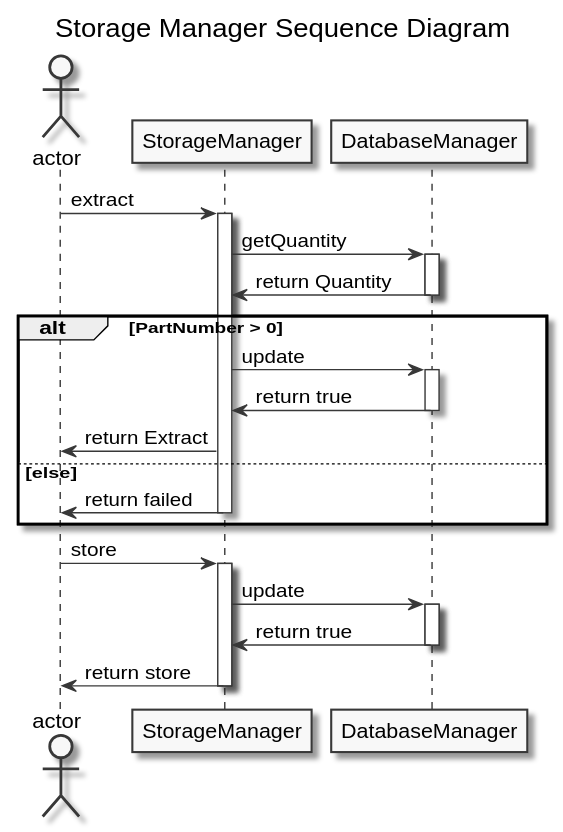
Above: docs/sequence_uml/storage_manager.svg in avrocha/plant-floor-control (PlantUML), before the change.
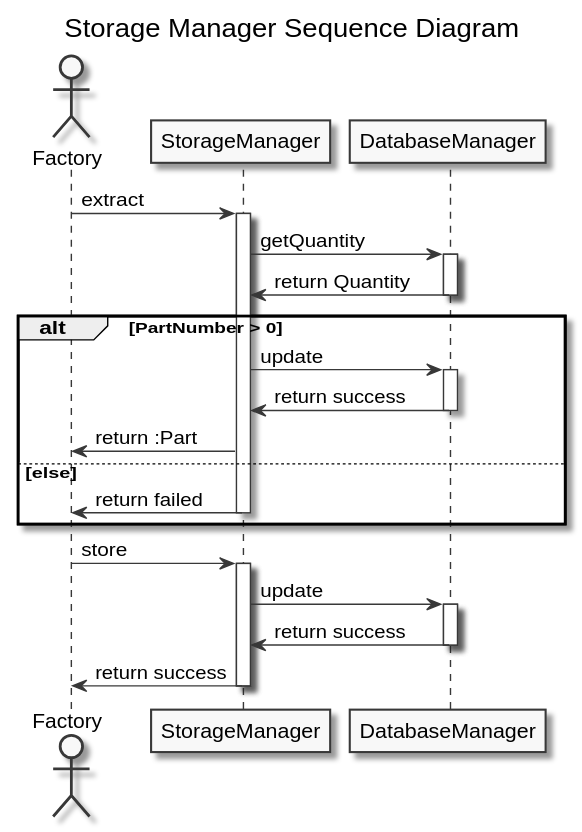
The same diagram one commit later.

Change to the diagram source:
```diff
@@ -4,9 +4,9 @@
 skinparam classAttributeIconSize 0
 
 title Storage Manager Sequence Diagram
-actor actor
+Actor Factory
 
-actor->StorageManager: extract
+Factory->StorageManager: extract
 activate StorageManager
 
 StorageManager -> DatabaseManager: getQuantity
@@ -17,28 +17,28 @@
 alt PartNumber > 0
 StorageManager -> DatabaseManager: update
 activate DatabaseManager
-DatabaseManager -> StorageManager: return true
+DatabaseManager -> StorageManager: return success
 deactivate DatabaseManager
 
-StorageManager -> actor: return Extract
+StorageManager -> Factory: return :Part
 
 
 else else
 
-    StorageManager -> actor: return failed
+    StorageManager -> Factory: return failed
     deactivate StorageManager
     end
 
 
-actor->StorageManager: store
+Factory->StorageManager: store
 activate StorageManager
 
 StorageManager -> DatabaseManager: update
 activate DatabaseManager
-DatabaseManager -> StorageManager: return true
+DatabaseManager -> StorageManager: return success
 deactivate DatabaseManager
 
-StorageManager -> actor: return store
+StorageManager -> Factory: return success
 deactivate StorageManager
 
 
```
